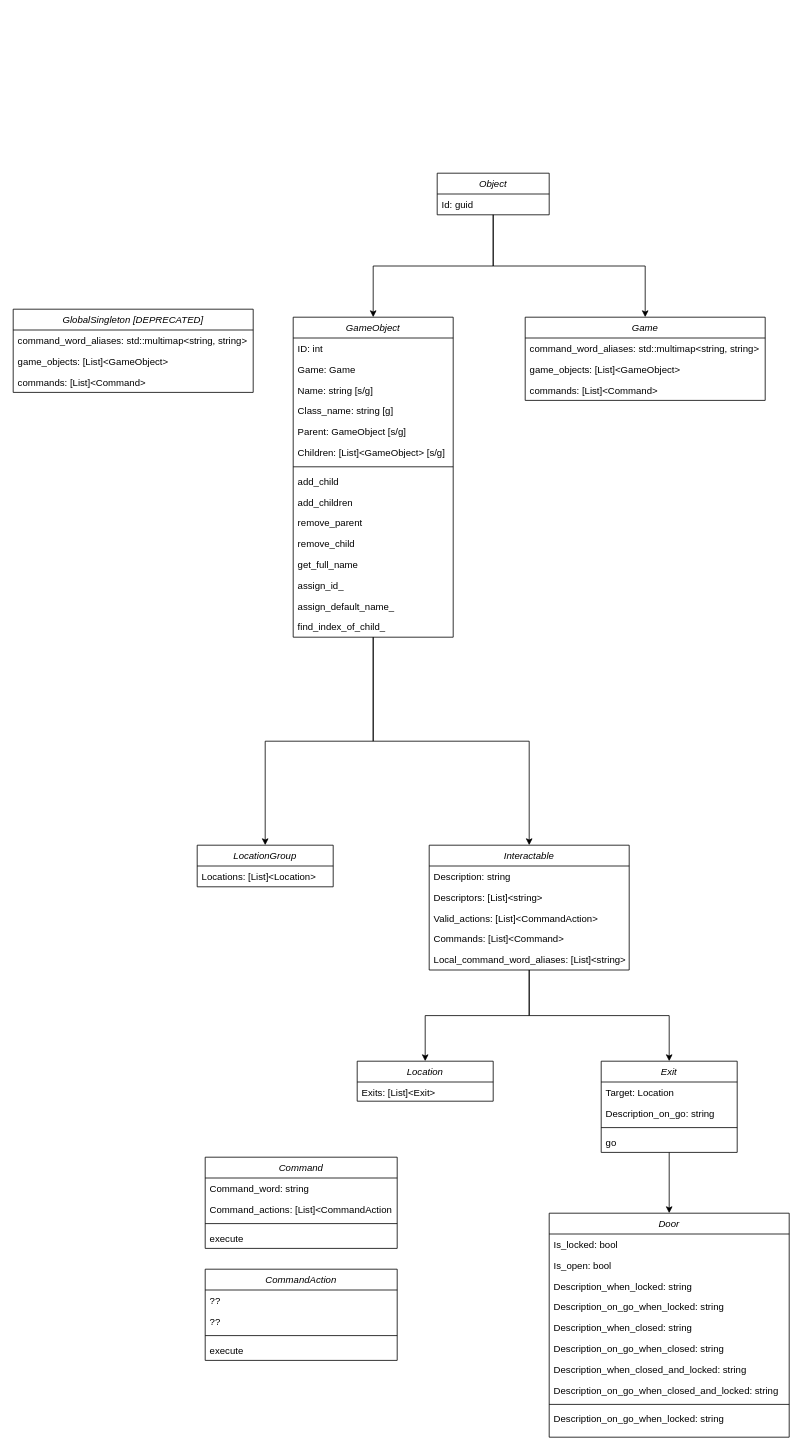
seedback/TBGE keeps this draw.io diagram as notes/Classes.drawio. Above is the earlier version. Source tidied: cells renumbered, new cells numbered last; positions are measured from the earlier drawing's top-left corner, leaving out a move shared by most shapes. Both pictures are drawn from the tidied source at 80%, with x=0, y=0 at pixel (13, 173).
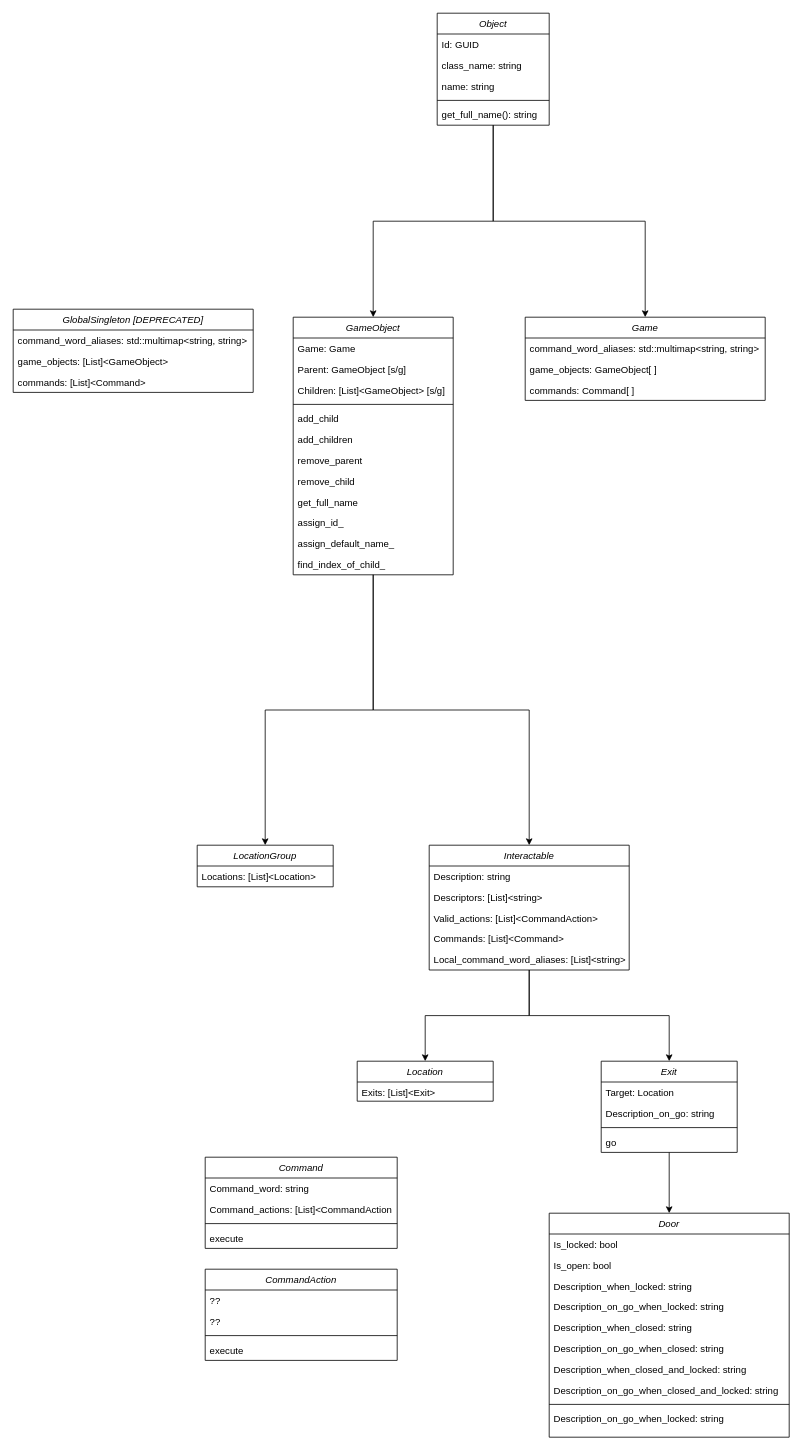
Above is the later version.

Unchanged cells that the change refers to:
```xml
<mxCell id="63" value="Game" style="swimlane;fontStyle=2;align=center;verticalAlign=top;horizontal=1;startSize=26;rounded=0;shadow=0;strokeWidth=1;" parent="1" vertex="1">
  <mxGeometry x="640" y="180" width="300" height="104" as="geometry" />
</mxCell>
```

Change to the diagram source:
```diff
@@
     <mxCell id="4" value="GameObject" style="swimlane;fontStyle=2;align=center;verticalAlign=top;horizontal=1;startSize=26;rounded=0;shadow=0;strokeWidth=1;" parent="1" vertex="1">
-      <mxGeometry x="350" y="180" width="200" height="400" as="geometry" />
+      <mxGeometry x="350" y="180" width="200" height="322" as="geometry" />
     </mxCell>
-    <mxCell id="5" value="ID: int" style="text;align=left;verticalAlign=top;spacingLeft=4;spacingRight=4;overflow=hidden;" parent="4" vertex="1">
-      <mxGeometry y="26" width="200" height="26" as="geometry" />
-    </mxCell>
     <mxCell id="6" value="Game: Game" style="text;align=left;verticalAlign=top;spacingLeft=4;spacingRight=4;overflow=hidden;" parent="4" vertex="1">
-      <mxGeometry y="52" width="200" height="26" as="geometry" />
+      <mxGeometry y="26" width="200" height="26" as="geometry" />
     </mxCell>
-    <mxCell id="7" value="Name: string [s/g]" style="text;align=left;verticalAlign=top;spacingLeft=4;spacingRight=4;overflow=hidden;rounded=0;shadow=0;html=0;" parent="4" vertex="1">
-      <mxGeometry y="78" width="200" height="26" as="geometry" />
-    </mxCell>
-    <mxCell id="8" value="Class_name: string [g]" style="text;align=left;verticalAlign=top;spacingLeft=4;spacingRight=4;overflow=hidden;rounded=0;shadow=0;html=0;" parent="4" vertex="1">
-      <mxGeometry y="104" width="200" height="26" as="geometry" />
-    </mxCell>
     <mxCell id="9" value="Parent: GameObject [s/g]" style="text;align=left;verticalAlign=top;spacingLeft=4;spacingRight=4;overflow=hidden;rounded=0;shadow=0;html=0;" parent="4" vertex="1">
-      <mxGeometry y="130" width="200" height="26" as="geometry" />
+      <mxGeometry y="52" width="200" height="26" as="geometry" />
     </mxCell>
     <mxCell id="10" value="Children: [List]&lt;GameObject&gt; [s/g]" style="text;align=left;verticalAlign=top;spacingLeft=4;spacingRight=4;overflow=hidden;rounded=0;shadow=0;html=0;" parent="4" vertex="1">
-      <mxGeometry y="156" width="200" height="26" as="geometry" />
+      <mxGeometry y="78" width="200" height="26" as="geometry" />
     </mxCell>
     <mxCell id="11" style="line;html=1;strokeWidth=1;align=left;verticalAlign=middle;spacingTop=-1;spacingLeft=3;spacingRight=3;labelPosition=right;" parent="4" vertex="1">
-      <mxGeometry y="182" width="200" height="10" as="geometry" />
+      <mxGeometry y="104" width="200" height="10" as="geometry" />
     </mxCell>
     <mxCell id="12" value="add_child" style="text;align=left;verticalAlign=top;spacingLeft=4;spacingRight=4;overflow=hidden;rounded=0;shadow=0;html=0;" parent="4" vertex="1">
-      <mxGeometry y="192" width="200" height="26" as="geometry" />
+      <mxGeometry y="114" width="200" height="26" as="geometry" />
     </mxCell>
     <mxCell id="13" value="add_children" style="text;align=left;verticalAlign=top;spacingLeft=4;spacingRight=4;overflow=hidden;rounded=0;shadow=0;html=0;" parent="4" vertex="1">
-      <mxGeometry y="218" width="200" height="26" as="geometry" />
+      <mxGeometry y="140" width="200" height="26" as="geometry" />
     </mxCell>
     <mxCell id="14" value="remove_parent" style="text;align=left;verticalAlign=top;spacingLeft=4;spacingRight=4;overflow=hidden;rounded=0;shadow=0;html=0;" parent="4" vertex="1">
-      <mxGeometry y="244" width="200" height="26" as="geometry" />
+      <mxGeometry y="166" width="200" height="26" as="geometry" />
     </mxCell>
     <mxCell id="15" value="remove_child" style="text;align=left;verticalAlign=top;spacingLeft=4;spacingRight=4;overflow=hidden;rounded=0;shadow=0;html=0;" parent="4" vertex="1">
-      <mxGeometry y="270" width="200" height="26" as="geometry" />
+      <mxGeometry y="192" width="200" height="26" as="geometry" />
     </mxCell>
     <mxCell id="16" value="get_full_name" style="text;align=left;verticalAlign=top;spacingLeft=4;spacingRight=4;overflow=hidden;rounded=0;shadow=0;html=0;" parent="4" vertex="1">
-      <mxGeometry y="296" width="200" height="26" as="geometry" />
+      <mxGeometry y="218" width="200" height="26" as="geometry" />
     </mxCell>
     <mxCell id="17" value="assign_id_" style="text;align=left;verticalAlign=top;spacingLeft=4;spacingRight=4;overflow=hidden;rounded=0;shadow=0;html=0;" parent="4" vertex="1">
-      <mxGeometry y="322" width="200" height="26" as="geometry" />
+      <mxGeometry y="244" width="200" height="26" as="geometry" />
     </mxCell>
     <mxCell id="18" value="assign_default_name_" style="text;align=left;verticalAlign=top;spacingLeft=4;spacingRight=4;overflow=hidden;rounded=0;shadow=0;html=0;" parent="4" vertex="1">
-      <mxGeometry y="348" width="200" height="26" as="geometry" />
+      <mxGeometry y="270" width="200" height="26" as="geometry" />
     </mxCell>
     <mxCell id="19" value="find_index_of_child_" style="text;align=left;verticalAlign=top;spacingLeft=4;spacingRight=4;overflow=hidden;rounded=0;shadow=0;html=0;" parent="4" vertex="1">
-      <mxGeometry y="374" width="200" height="26" as="geometry" />
+      <mxGeometry y="296" width="200" height="26" as="geometry" />
     </mxCell>
@@
-    <mxCell id="65" value="game_objects: [List]&lt;GameObject&gt;" style="text;align=left;verticalAlign=top;spacingLeft=4;spacingRight=4;overflow=hidden;" parent="63" vertex="1">
+    <mxCell id="65" value="game_objects: GameObject[ ]" style="text;align=left;verticalAlign=top;spacingLeft=4;spacingRight=4;overflow=hidden;" parent="63" vertex="1">
       <mxGeometry y="52" width="300" height="26" as="geometry" />
     </mxCell>
-    <mxCell id="66" value="commands: [List]&lt;Command&gt;" style="text;align=left;verticalAlign=top;spacingLeft=4;spacingRight=4;overflow=hidden;" parent="63" vertex="1">
+    <mxCell id="66" value="commands: Command[ ]" style="text;align=left;verticalAlign=top;spacingLeft=4;spacingRight=4;overflow=hidden;" parent="63" vertex="1">
       <mxGeometry y="78" width="300" height="26" as="geometry" />
     </mxCell>
@@
     <mxCell id="69" value="Object" style="swimlane;fontStyle=2;align=center;verticalAlign=top;horizontal=1;startSize=26;rounded=0;shadow=0;strokeWidth=1;" parent="1" vertex="1">
-      <mxGeometry x="530" width="140" height="52" as="geometry" />
+      <mxGeometry x="530" y="-200" width="140" height="140" as="geometry" />
     </mxCell>
-    <mxCell id="70" value="Id: guid&#10;" style="text;align=left;verticalAlign=top;spacingLeft=4;spacingRight=4;overflow=hidden;" parent="69" vertex="1">
+    <mxCell id="70" value="Id: GUID" style="text;align=left;verticalAlign=top;spacingLeft=4;spacingRight=4;overflow=hidden;" parent="69" vertex="1">
       <mxGeometry y="26" width="140" height="26" as="geometry" />
     </mxCell>
+    <mxCell id="71" value="class_name: string " style="text;align=left;verticalAlign=top;spacingLeft=4;spacingRight=4;overflow=hidden;" parent="69" vertex="1">
+      <mxGeometry y="52" width="140" height="26" as="geometry" />
+    </mxCell>
+    <mxCell id="72" value="name: string" style="text;align=left;verticalAlign=top;spacingLeft=4;spacingRight=4;overflow=hidden;" parent="69" vertex="1">
+      <mxGeometry y="78" width="140" height="26" as="geometry" />
+    </mxCell>
+    <mxCell id="73" style="line;html=1;strokeWidth=1;align=left;verticalAlign=middle;spacingTop=-1;spacingLeft=3;spacingRight=3;labelPosition=right;" parent="69" vertex="1">
+      <mxGeometry y="104" width="140" height="10" as="geometry" />
+    </mxCell>
+    <mxCell id="74" value="get_full_name(): string" style="text;align=left;verticalAlign=top;spacingLeft=4;spacingRight=4;overflow=hidden;" parent="69" vertex="1">
+      <mxGeometry y="114" width="140" height="26" as="geometry" />
+    </mxCell>
```
